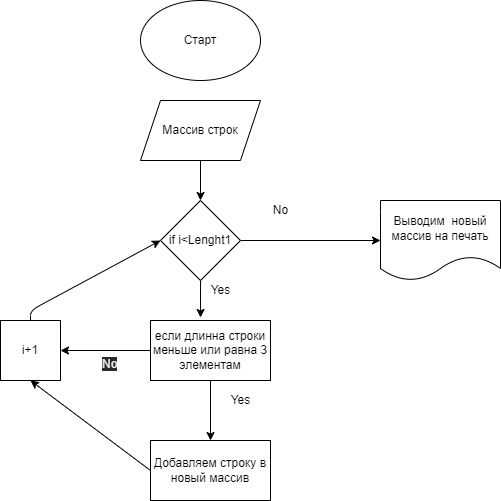
The draw.io diagram diagram.drawio.png in AleksKorobov/first_quarter, before a commit. Source tidied: cells renumbered, new cells last; positions are measured from the earlier drawing's top-left corner, leaving out a move shared by most shapes. Source of this version:
```xml
<mxGraphModel>
  <root>
    <mxCell id="0" />
    <mxCell id="1" parent="0" />
    <mxCell id="2" value="Старт" style="ellipse;whiteSpace=wrap;html=1;" parent="1" vertex="1">
      <mxGeometry x="140" width="120" height="80" as="geometry" />
    </mxCell>
    <mxCell id="3" style="edgeStyle=none;html=1;exitX=0.5;exitY=1;exitDx=0;exitDy=0;entryX=0.5;entryY=0;entryDx=0;entryDy=0;" parent="1" edge="1" source="4" target="7">
      <mxGeometry relative="1" as="geometry" />
    </mxCell>
    <mxCell id="4" value="Массив строк" style="shape=parallelogram;perimeter=parallelogramPerimeter;whiteSpace=wrap;html=1;fixedSize=1;" parent="1" vertex="1">
      <mxGeometry x="140" y="100" width="120" height="60" as="geometry" />
    </mxCell>
    <mxCell id="5" style="edgeStyle=none;html=1;exitX=1;exitY=0.5;exitDx=0;exitDy=0;" parent="1" edge="1" source="7" target="8">
      <mxGeometry relative="1" as="geometry" />
    </mxCell>
    <mxCell id="6" style="edgeStyle=none;html=1;entryX=0.417;entryY=-0.05;entryDx=0;entryDy=0;entryPerimeter=0;" parent="1" edge="1" source="7" target="12">
      <mxGeometry relative="1" as="geometry" />
    </mxCell>
    <mxCell id="7" value="if i&amp;lt;Lenght1" style="rhombus;whiteSpace=wrap;html=1;" parent="1" vertex="1">
      <mxGeometry x="160" y="200" width="80" height="80" as="geometry" />
    </mxCell>
    <mxCell id="8" value="Выводим&amp;nbsp; новый массив на печать" style="shape=document;whiteSpace=wrap;html=1;boundedLbl=1;" parent="1" vertex="1">
      <mxGeometry x="380" y="200" width="120" height="80" as="geometry" />
    </mxCell>
    <mxCell id="9" value="No" style="text;html=1;align=center;verticalAlign=middle;strokeColor=none;fillColor=none;" parent="1" vertex="1">
      <mxGeometry x="265" y="200" width="30" height="20" as="geometry" />
    </mxCell>
    <mxCell id="10" style="edgeStyle=none;html=1;entryX=1;entryY=0.5;entryDx=0;entryDy=0;" parent="1" edge="1" source="12" target="14">
      <mxGeometry relative="1" as="geometry" />
    </mxCell>
    <mxCell id="11" style="edgeStyle=none;html=1;" parent="1" edge="1" source="12" target="19">
      <mxGeometry relative="1" as="geometry" />
    </mxCell>
    <mxCell id="12" value="если длинна строки меньше или равна 3 элементам" style="rounded=0;whiteSpace=wrap;html=1;" parent="1" vertex="1">
      <mxGeometry x="150" y="320" width="120" height="60" as="geometry" />
    </mxCell>
    <mxCell id="13" style="edgeStyle=none;html=1;entryX=0;entryY=0.5;entryDx=0;entryDy=0;" parent="1" edge="1" source="14" target="7">
      <mxGeometry relative="1" as="geometry">
        <Array as="points">
          <mxPoint x="30" y="310" />
        </Array>
      </mxGeometry>
    </mxCell>
    <mxCell id="14" value="i+1" style="whiteSpace=wrap;html=1;" parent="1" vertex="1">
      <mxGeometry y="320" width="60" height="60" as="geometry" />
    </mxCell>
    <mxCell id="15" value="Yes" style="text;html=1;align=center;verticalAlign=middle;strokeColor=none;fillColor=none;" parent="1" vertex="1">
      <mxGeometry x="200" y="280" width="40" height="20" as="geometry" />
    </mxCell>
    <mxCell id="16" value="Yes" style="text;html=1;align=center;verticalAlign=middle;strokeColor=none;fillColor=none;" parent="1" vertex="1">
      <mxGeometry x="220" y="390" width="40" height="20" as="geometry" />
    </mxCell>
    <mxCell id="17" value="&lt;span style=&quot;color: rgb(240, 240, 240); font-family: helvetica; font-size: 12px; font-style: normal; font-weight: 400; letter-spacing: normal; text-align: center; text-indent: 0px; text-transform: none; word-spacing: 0px; background-color: rgb(42, 42, 42); display: inline; float: none;&quot;&gt;No&lt;/span&gt;" style="text;whiteSpace=wrap;html=1;" parent="1" vertex="1">
      <mxGeometry x="100" y="350" width="40" height="30" as="geometry" />
    </mxCell>
    <mxCell id="18" style="edgeStyle=none;html=1;exitX=0;exitY=0.5;exitDx=0;exitDy=0;entryX=0.5;entryY=1;entryDx=0;entryDy=0;" parent="1" edge="1" source="19" target="14">
      <mxGeometry relative="1" as="geometry" />
    </mxCell>
    <mxCell id="19" value="Добавляем строку в новый массив" style="rounded=0;whiteSpace=wrap;html=1;" parent="1" vertex="1">
      <mxGeometry x="150" y="440" width="120" height="60" as="geometry" />
    </mxCell>
  </root>
</mxGraphModel>
```
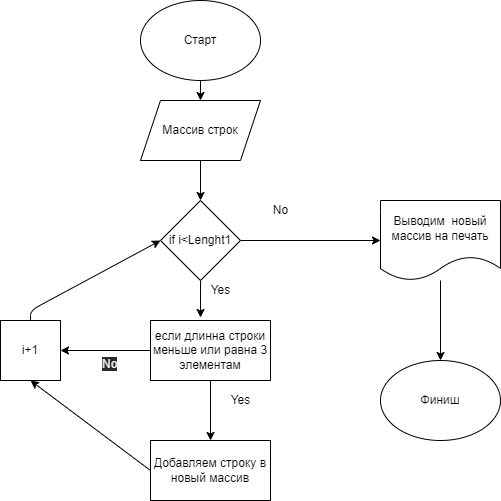
The same file after the commit.

What changed in the source:
```diff
@@ -2,6 +2,9 @@
   <root>
     <mxCell id="0" />
     <mxCell id="1" parent="0" />
+    <mxCell id="20" style="edgeStyle=none;html=1;" parent="1" edge="1" source="2" target="4">
+      <mxGeometry relative="1" as="geometry" />
+    </mxCell>
     <mxCell id="2" value="Старт" style="ellipse;whiteSpace=wrap;html=1;" parent="1" vertex="1">
       <mxGeometry x="140" width="120" height="80" as="geometry" />
     </mxCell>
@@ -20,6 +23,9 @@
     <mxCell id="7" value="if i&amp;lt;Lenght1" style="rhombus;whiteSpace=wrap;html=1;" parent="1" vertex="1">
       <mxGeometry x="160" y="200" width="80" height="80" as="geometry" />
     </mxCell>
+    <mxCell id="21" style="edgeStyle=none;html=1;" parent="1" edge="1" source="8" target="22">
+      <mxGeometry relative="1" as="geometry" />
+    </mxCell>
     <mxCell id="8" value="Выводим&amp;nbsp; новый массив на печать" style="shape=document;whiteSpace=wrap;html=1;boundedLbl=1;" parent="1" vertex="1">
       <mxGeometry x="380" y="200" width="120" height="80" as="geometry" />
     </mxCell>
@@ -60,5 +66,8 @@
     <mxCell id="19" value="Добавляем строку в новый массив" style="rounded=0;whiteSpace=wrap;html=1;" parent="1" vertex="1">
       <mxGeometry x="150" y="440" width="120" height="60" as="geometry" />
     </mxCell>
+    <mxCell id="22" value="Финиш" style="ellipse;whiteSpace=wrap;html=1;" parent="1" vertex="1">
+      <mxGeometry x="380" y="360" width="120" height="80" as="geometry" />
+    </mxCell>
   </root>
 </mxGraphModel>
```
